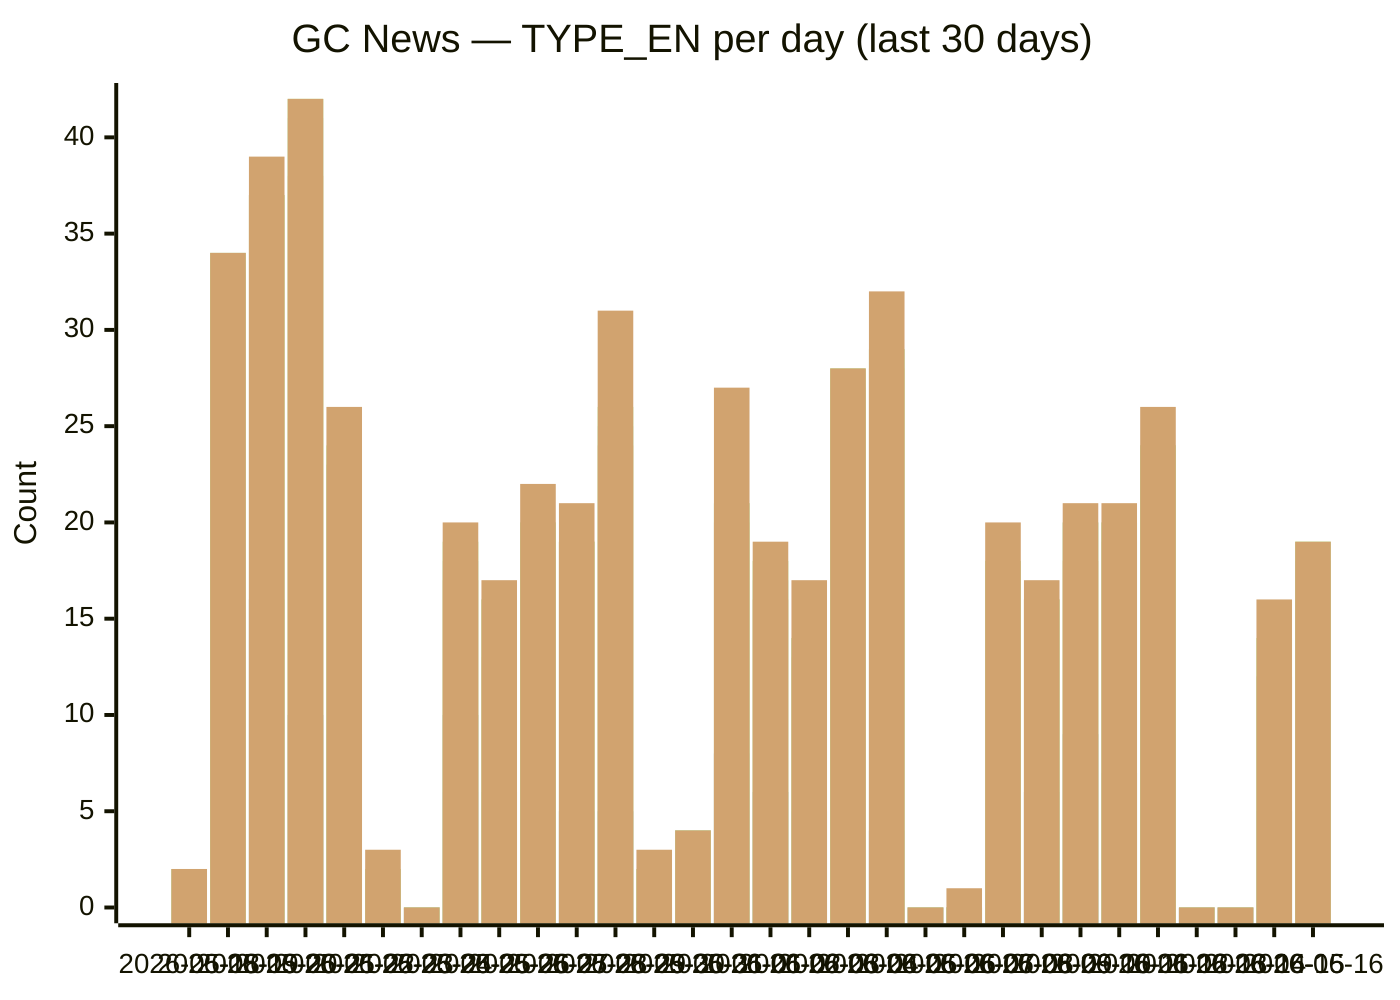
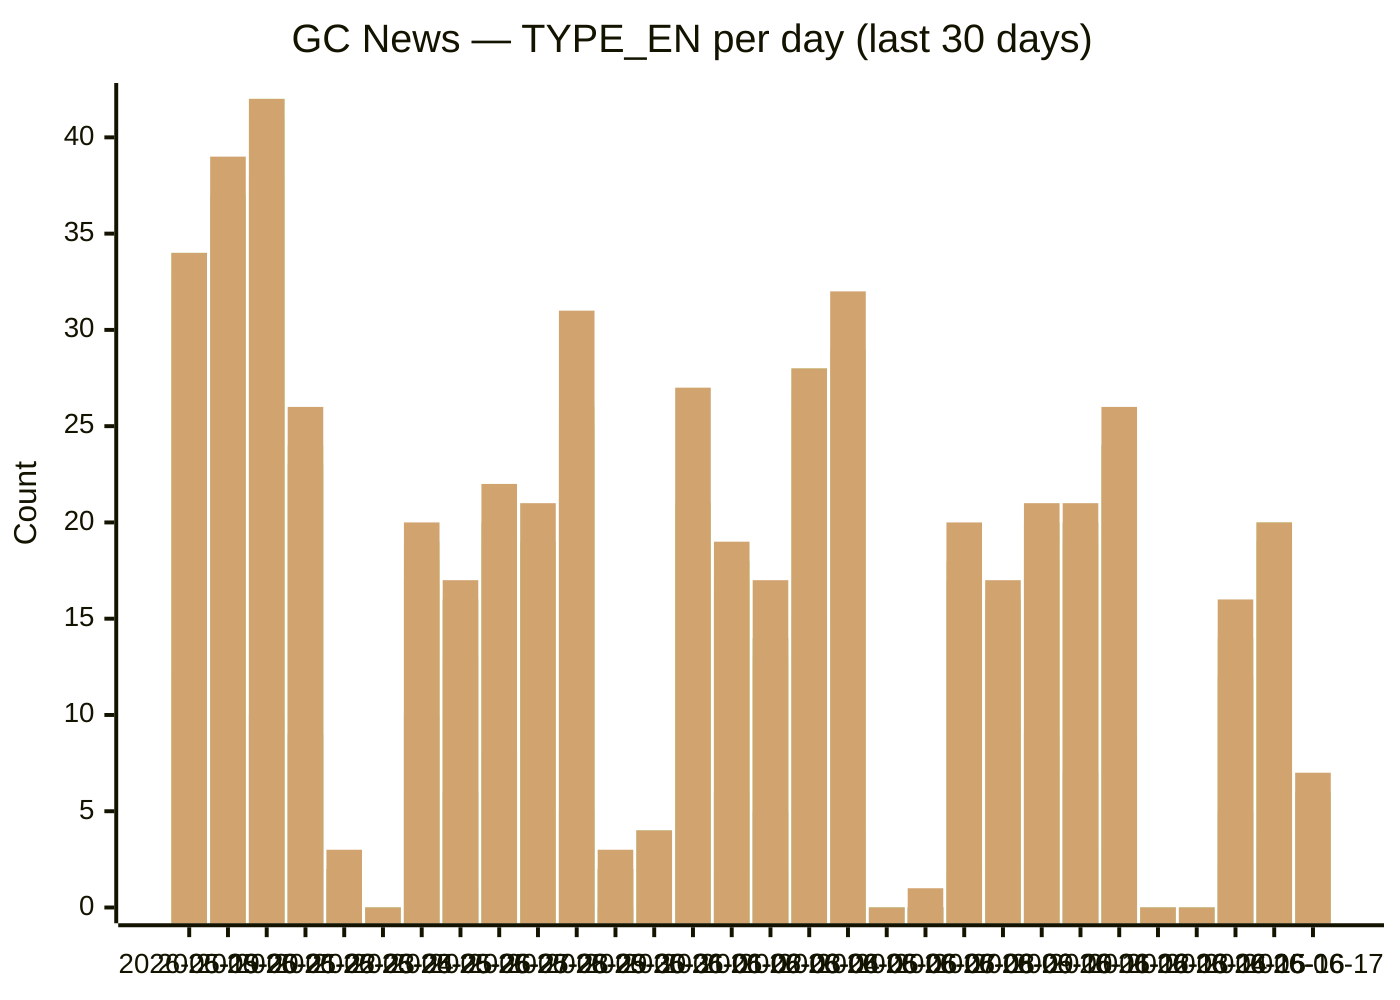
xychart-beta
  title "GC News — TYPE_EN per day (last 30 days)"
-   x-axis [2026-05-18, 2026-05-19, 2026-05-20, 2026-05-21, 2026-05-22, 2026-05-23, 2026-05-24, 2026-05-25, 2026-05-26, 2026-05-27, 2026-05-28, 2026-05-29, 2026-05-30, 2026-05-31, 2026-06-01, 2026-06-02, 2026-06-03, 2026-06-04, 2026-06-05, 2026-06-06, 2026-06-07, 2026-06-08, 2026-06-09, 2026-06-10, 2026-06-11, 2026-06-12, 2026-06-13, 2026-06-14, 2026-06-15, 2026-06-16]
+   x-axis [2026-05-19, 2026-05-20, 2026-05-21, 2026-05-22, 2026-05-23, 2026-05-24, 2026-05-25, 2026-05-26, 2026-05-27, 2026-05-28, 2026-05-29, 2026-05-30, 2026-05-31, 2026-06-01, 2026-06-02, 2026-06-03, 2026-06-04, 2026-06-05, 2026-06-06, 2026-06-07, 2026-06-08, 2026-06-09, 2026-06-10, 2026-06-11, 2026-06-12, 2026-06-13, 2026-06-14, 2026-06-15, 2026-06-16, 2026-06-17]
  y-axis "Count" 0 --> 42
-   bar backgrounders [0, 1, 1, 3, 3, 0, 0, 6, 1, 4, 1, 1, 0, 0, 5, 2, 2, 2, 0, 0, 0, 0, 3, 2, 0, 3, 0, 0, 2, 3]
-   bar "media advisories" [2, 12, 16, 10, 9, 1, 0, 10, 6, 8, 5, 5, 0, 4, 8, 6, 5, 15, 4, 0, 0, 2, 6, 9, 7, 9, 0, 0, 5, 4]
-   bar "news releases" [2, 33, 37, 38, 23, 2, 0, 17, 13, 19, 19, 24, 2, 4, 20, 16, 13, 26, 28, 0, 0, 17, 16, 18, 19, 24, 0, 0, 12, 18]
-   bar readouts [2, 34, 37, 41, 23, 2, 0, 18, 16, 20, 19, 25, 2, 4, 21, 17, 14, 27, 29, 0, 0, 17, 16, 20, 20, 24, 0, 0, 12, 18]
-   bar speeches [2, 34, 37, 42, 24, 2, 0, 19, 16, 20, 19, 26, 2, 4, 21, 18, 14, 28, 29, 0, 0, 18, 16, 20, 20, 24, 0, 0, 14, 19]
-   bar statements [2, 34, 39, 42, 26, 3, 0, 20, 17, 22, 21, 31, 3, 4, 27, 19, 17, 28, 32, 0, 1, 20, 17, 21, 21, 26, 0, 0, 16, 19]
+   bar backgrounders [1, 1, 3, 3, 0, 0, 6, 1, 4, 1, 1, 0, 0, 5, 2, 2, 2, 0, 0, 0, 0, 3, 2, 0, 3, 0, 0, 2, 3, 1]
+   bar "media advisories" [12, 16, 10, 9, 1, 0, 10, 6, 8, 5, 5, 0, 4, 8, 6, 5, 15, 4, 0, 0, 2, 6, 9, 7, 9, 0, 0, 5, 4, 1]
+   bar "news releases" [33, 37, 38, 23, 2, 0, 17, 13, 19, 19, 24, 2, 4, 20, 16, 13, 26, 28, 0, 0, 17, 16, 18, 19, 24, 0, 0, 12, 19, 6]
+   bar readouts [34, 37, 41, 23, 2, 0, 18, 16, 20, 19, 25, 2, 4, 21, 17, 14, 27, 29, 0, 0, 17, 16, 20, 20, 24, 0, 0, 12, 19, 6]
+   bar speeches [34, 37, 42, 24, 2, 0, 19, 16, 20, 19, 26, 2, 4, 21, 18, 14, 28, 29, 0, 0, 18, 16, 20, 20, 24, 0, 0, 14, 20, 6]
+   bar statements [34, 39, 42, 26, 3, 0, 20, 17, 22, 21, 31, 3, 4, 27, 19, 17, 28, 32, 0, 1, 20, 17, 21, 21, 26, 0, 0, 16, 20, 7]
